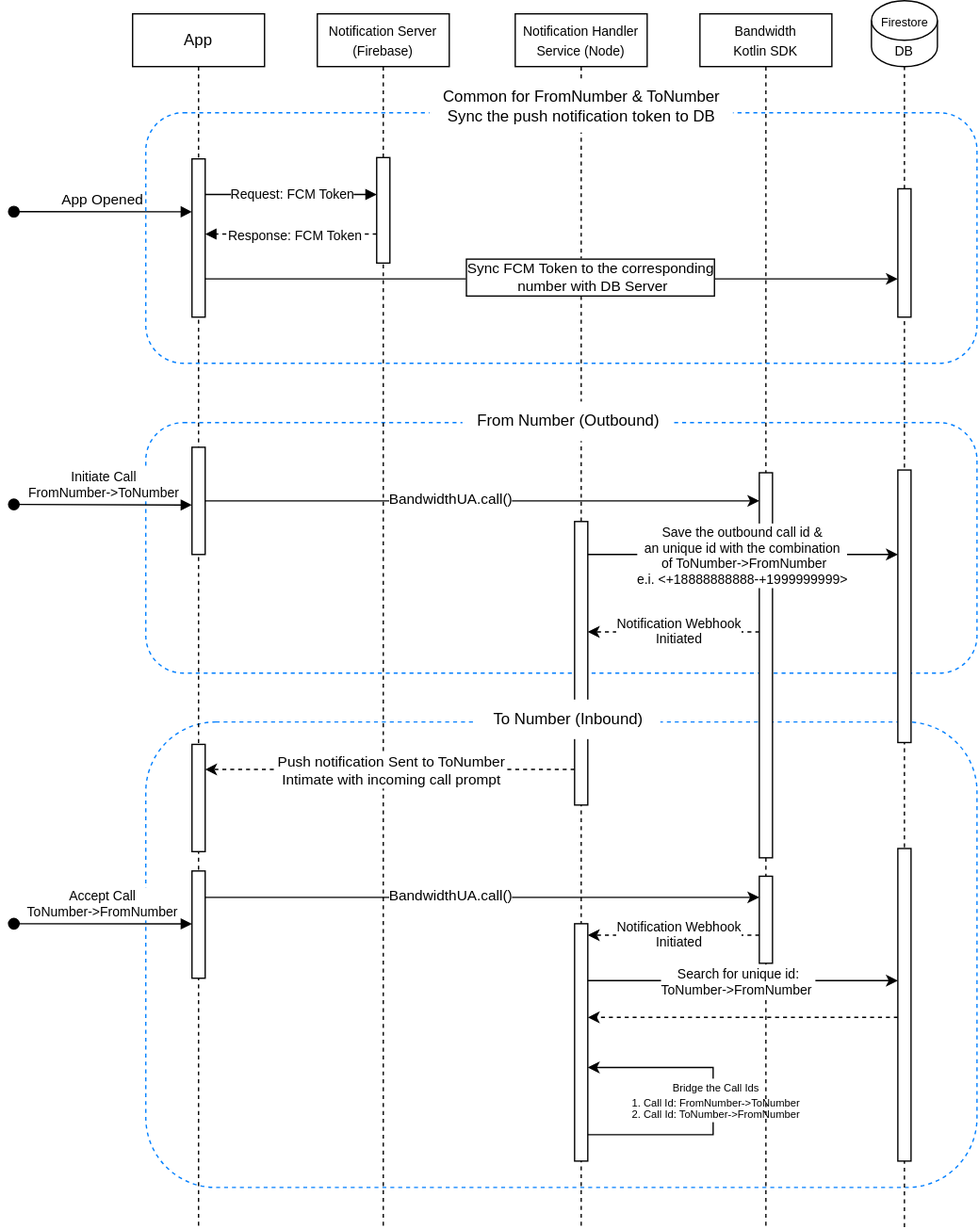
Before: bandwidth-inbound-kotlin.drawio.svg, a diagram exported from draw.io (Bandwidth-Samples/in-app-calling-kotlin-sample). Source tidied: cells renumbered, new cells last; positions are measured from the earlier drawing's top-left corner, leaving out a move shared by most shapes.
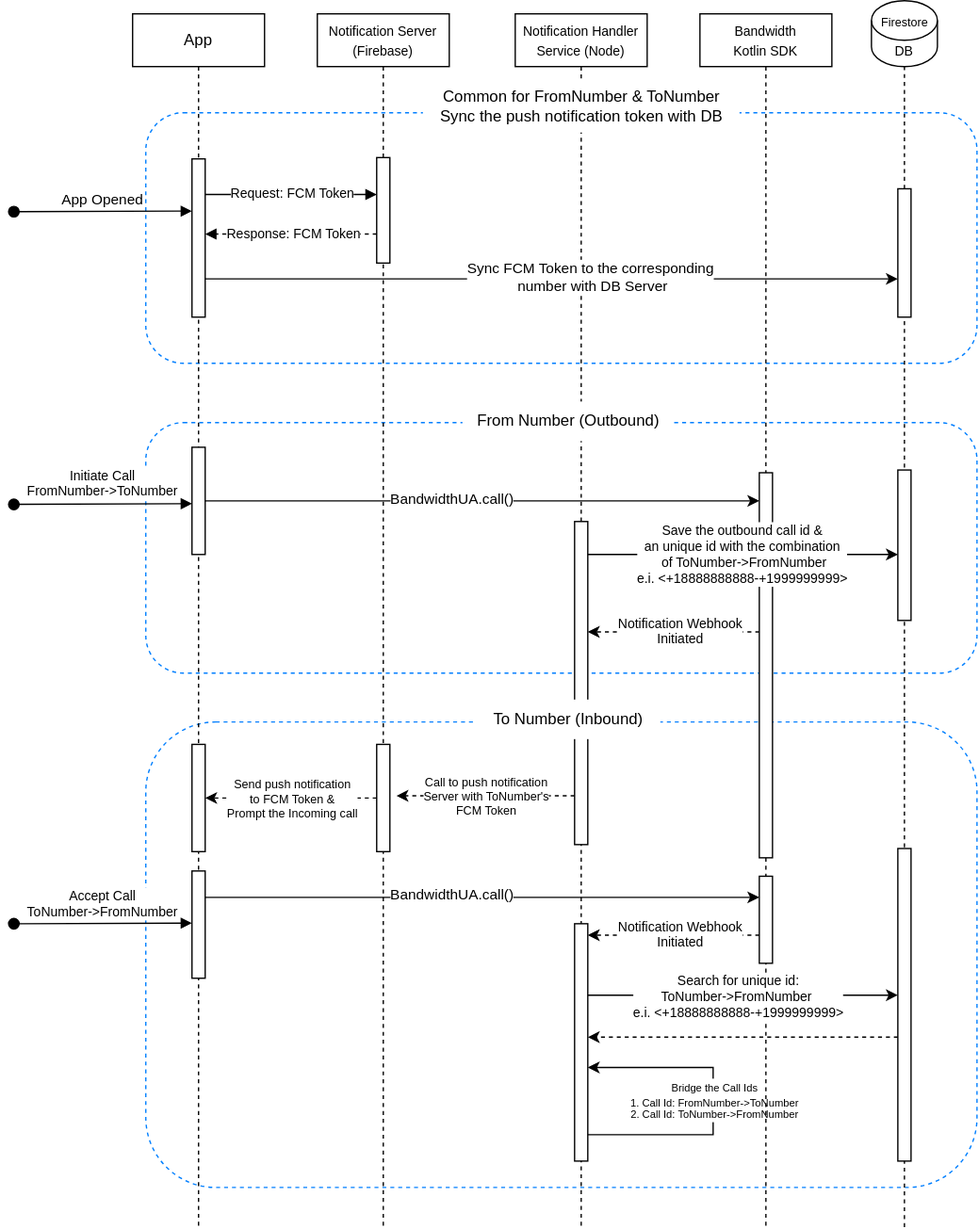
The same diagram one commit later.

Commit message:
WEBRTC-129 Diagram Enhancements

Change to the diagram source:
```diff
@@ -2,6 +2,9 @@
   <root>
     <mxCell id="0" />
     <mxCell id="1" parent="0" />
+    <mxCell id="53" style="rounded=1;whiteSpace=wrap;html=1;labelBackgroundColor=none;fillColor=none;dashed=1;strokeColor=#007FFF;" parent="1" vertex="1">
+      <mxGeometry x="100" y="85" width="630" height="190" as="geometry" />
+    </mxCell>
     <mxCell id="2" style="rounded=1;whiteSpace=wrap;html=1;labelBackgroundColor=none;fillColor=none;dashed=1;strokeColor=#007FFF;" parent="1" vertex="1">
       <mxGeometry x="100" y="320" width="630" height="190" as="geometry" />
     </mxCell>
@@ -29,6 +32,9 @@
     <mxCell id="9" style="html=1;perimeter=orthogonalPerimeter;targetShapes=umlLifeline;newEdgeStyle={&quot;edgeStyle&quot;:&quot;elbowEdgeStyle&quot;,&quot;elbow&quot;:&quot;vertical&quot;,&quot;curved&quot;:0,&quot;rounded&quot;:0};" parent="8" vertex="1">
       <mxGeometry x="45" y="109" width="10" height="80" as="geometry" />
     </mxCell>
+    <mxCell id="55" style="html=1;points=[];perimeter=orthogonalPerimeter;outlineConnect=0;targetShapes=umlLifeline;portConstraint=eastwest;newEdgeStyle={&quot;edgeStyle&quot;:&quot;elbowEdgeStyle&quot;,&quot;elbow&quot;:&quot;vertical&quot;,&quot;curved&quot;:0,&quot;rounded&quot;:0};" parent="8" vertex="1">
+      <mxGeometry x="45" y="554" width="10" height="81.3" as="geometry" />
+    </mxCell>
     <mxCell id="10" style="html=1;verticalAlign=bottom;endArrow=block;edgeStyle=elbowEdgeStyle;elbow=vertical;curved=0;rounded=0;" parent="1" edge="1">
       <mxGeometry relative="1" as="geometry">
         <mxPoint x="145" y="147" as="sourcePoint" />
@@ -80,7 +86,7 @@
       </mxGeometry>
     </mxCell>
     <mxCell id="18" style="html=1;perimeter=orthogonalPerimeter;targetShapes=umlLifeline;newEdgeStyle={&quot;edgeStyle&quot;:&quot;elbowEdgeStyle&quot;,&quot;elbow&quot;:&quot;vertical&quot;,&quot;curved&quot;:0,&quot;rounded&quot;:0};" parent="1" vertex="1">
-      <mxGeometry x="425" y="395" width="10" height="215" as="geometry" />
+      <mxGeometry x="425" y="395" width="10" height="245" as="geometry" />
     </mxCell>
     <mxCell id="19" style="endArrow=classic;html=1;rounded=0;" parent="1" edge="1">
       <mxGeometry relative="1" as="geometry">
@@ -88,7 +94,7 @@
         <mxPoint x="670" y="211" as="targetPoint" />
       </mxGeometry>
     </mxCell>
-    <mxCell id="20" value="Sync FCM Token to the corresponding&lt;div&gt;&amp;nbsp;number with DB Server&lt;/div&gt;" style="edgeLabel;html=1;align=center;verticalAlign=middle;labelBorderColor=default;spacingTop=1;" parent="19" vertex="1">
+    <mxCell id="20" value="Sync FCM Token to the corresponding&lt;div&gt;&amp;nbsp;number with DB Server&lt;/div&gt;" style="edgeLabel;html=1;align=center;verticalAlign=middle;labelBorderColor=none;spacingTop=1;" parent="19" vertex="1">
       <mxGeometry x="-0.17" y="2" relative="1" as="geometry">
         <mxPoint x="73" as="offset" />
       </mxGeometry>
@@ -114,7 +120,7 @@
       <mxGeometry y="6.6" width="60" height="20" as="geometry" />
     </mxCell>
     <mxCell id="27" style="html=1;perimeter=orthogonalPerimeter;targetShapes=umlLifeline;newEdgeStyle={&quot;edgeStyle&quot;:&quot;elbowEdgeStyle&quot;,&quot;elbow&quot;:&quot;vertical&quot;,&quot;curved&quot;:0,&quot;rounded&quot;:0};" parent="21" vertex="1">
-      <mxGeometry x="25" y="355.9" width="10" height="206.7" as="geometry" />
+      <mxGeometry x="25" y="355.9" width="10" height="114.1" as="geometry" />
     </mxCell>
     <mxCell id="28" style="html=1;perimeter=orthogonalPerimeter;targetShapes=umlLifeline;newEdgeStyle={&quot;edgeStyle&quot;:&quot;elbowEdgeStyle&quot;,&quot;elbow&quot;:&quot;vertical&quot;,&quot;curved&quot;:0,&quot;rounded&quot;:0};" parent="21" vertex="1">
       <mxGeometry x="25" y="643" width="10" height="237" as="geometry" />
@@ -160,11 +166,11 @@
     </mxCell>
     <mxCell id="40" style="endArrow=classic;html=1;rounded=0;dashed=1;" parent="1" edge="1">
       <mxGeometry relative="1" as="geometry">
-        <mxPoint x="425" y="583" as="sourcePoint" />
-        <mxPoint x="145" y="583" as="targetPoint" />
+        <mxPoint x="425" y="603" as="sourcePoint" />
+        <mxPoint x="290" y="603" as="targetPoint" />
       </mxGeometry>
     </mxCell>
-    <mxCell id="41" value="Push notification Sent to ToNumber&lt;div&gt;Intimate with incoming call prompt&lt;/div&gt;" style="edgeLabel;html=1;align=center;verticalAlign=middle;" parent="40" vertex="1">
+    <mxCell id="41" value="&lt;font style=&quot;font-size: 9px;&quot;&gt;Call to push notification&lt;/font&gt;&lt;div style=&quot;font-size: 9px;&quot;&gt;&lt;font style=&quot;font-size: 9px;&quot;&gt;Server with ToNumber's&lt;/font&gt;&lt;/div&gt;&lt;div style=&quot;font-size: 9px;&quot;&gt;&lt;font style=&quot;font-size: 9px;&quot;&gt;FCM Token&lt;/font&gt;&lt;/div&gt;" style="edgeLabel;html=1;align=center;verticalAlign=middle;fontSize=10;" parent="40" vertex="1">
       <mxGeometry relative="1" as="geometry" />
     </mxCell>
     <mxCell id="42" style="endArrow=classic;html=1;rounded=0;" parent="1" edge="1">
@@ -204,26 +210,29 @@
     </mxCell>
     <mxCell id="50" style="endArrow=classic;html=1;rounded=0;" parent="1" edge="1">
       <mxGeometry relative="1" as="geometry">
-        <mxPoint x="435" y="743.2" as="sourcePoint" />
-        <mxPoint x="670" y="743.2" as="targetPoint" />
+        <mxPoint x="435" y="754.2" as="sourcePoint" />
+        <mxPoint x="670" y="754.2" as="targetPoint" />
       </mxGeometry>
     </mxCell>
-    <mxCell id="51" value="Search for unique id:&lt;div style=&quot;font-size: 10px;&quot;&gt;&lt;span style=&quot;font-size: 10px;&quot;&gt;ToNumber-&amp;gt;FromNumber&amp;nbsp;&lt;/span&gt;&lt;/div&gt;" style="edgeLabel;html=1;align=center;verticalAlign=middle;fontSize=10;" parent="50" vertex="1">
+    <mxCell id="51" value="Search for unique id:&lt;div style=&quot;font-size: 10px;&quot;&gt;&lt;span style=&quot;font-size: 10px;&quot;&gt;ToNumber-&amp;gt;FromNumber&amp;nbsp;&lt;/span&gt;&lt;/div&gt;&lt;div style=&quot;font-size: 10px;&quot;&gt;e.i. &amp;lt;+18888888888-+1999999999&amp;gt;&lt;span style=&quot;font-size: 10px;&quot;&gt;&lt;br&gt;&lt;/span&gt;&lt;/div&gt;" style="edgeLabel;html=1;align=center;verticalAlign=middle;fontSize=10;" parent="50" vertex="1">
       <mxGeometry x="-0.12" relative="1" as="geometry">
         <mxPoint x="10" as="offset" />
       </mxGeometry>
     </mxCell>
     <mxCell id="52" style="endArrow=classic;html=1;rounded=0;dashed=1;" parent="1" edge="1">
       <mxGeometry relative="1" as="geometry">
-        <mxPoint x="670" y="771" as="sourcePoint" />
-        <mxPoint x="435" y="771" as="targetPoint" />
+        <mxPoint x="670" y="786" as="sourcePoint" />
+        <mxPoint x="435" y="786" as="targetPoint" />
       </mxGeometry>
     </mxCell>
-    <mxCell id="53" style="rounded=1;whiteSpace=wrap;html=1;labelBackgroundColor=none;fillColor=none;dashed=1;strokeColor=#007FFF;" parent="1" vertex="1">
-      <mxGeometry x="100" y="85" width="630" height="190" as="geometry" />
-    </mxCell>
-    <mxCell id="54" value="Common for FromNumber &amp;amp; ToNumber&lt;div&gt;Sync the push notification token to DB&lt;/div&gt;" style="text;html=1;align=center;verticalAlign=middle;strokeColor=none;fillColor=default;" parent="1" vertex="1">
-      <mxGeometry x="315" y="60" width="230" height="40" as="geometry" />
+    <mxCell id="54" value="Common for FromNumber &amp;amp; ToNumber&lt;div&gt;Sync the push notification token with DB&lt;/div&gt;" style="text;html=1;align=center;verticalAlign=middle;strokeColor=none;fillColor=default;" parent="1" vertex="1">
+      <mxGeometry x="310" y="60" width="240" height="40" as="geometry" />
     </mxCell>
+    <mxCell id="56" style="endArrow=classic;html=1;rounded=0;dashed=1;" parent="1" edge="1" source="55" target="39">
+      <mxGeometry relative="1" as="geometry" />
+    </mxCell>
+    <mxCell id="57" value="&lt;font style=&quot;font-size: 9px;&quot;&gt;Send push notification&lt;/font&gt;&lt;div style=&quot;font-size: 9px;&quot;&gt;&lt;font style=&quot;font-size: 9px;&quot;&gt;to FCM Token &amp;amp;&lt;/font&gt;&lt;/div&gt;&lt;div style=&quot;font-size: 9px;&quot;&gt;&lt;font style=&quot;font-size: 9px;&quot;&gt;Prompt the Incoming call&lt;/font&gt;&lt;/div&gt;" style="edgeLabel;html=1;align=center;verticalAlign=middle;" parent="56" vertex="1">
+      <mxGeometry relative="1" as="geometry" />
+    </mxCell>
   </root>
 </mxGraphModel>
```
